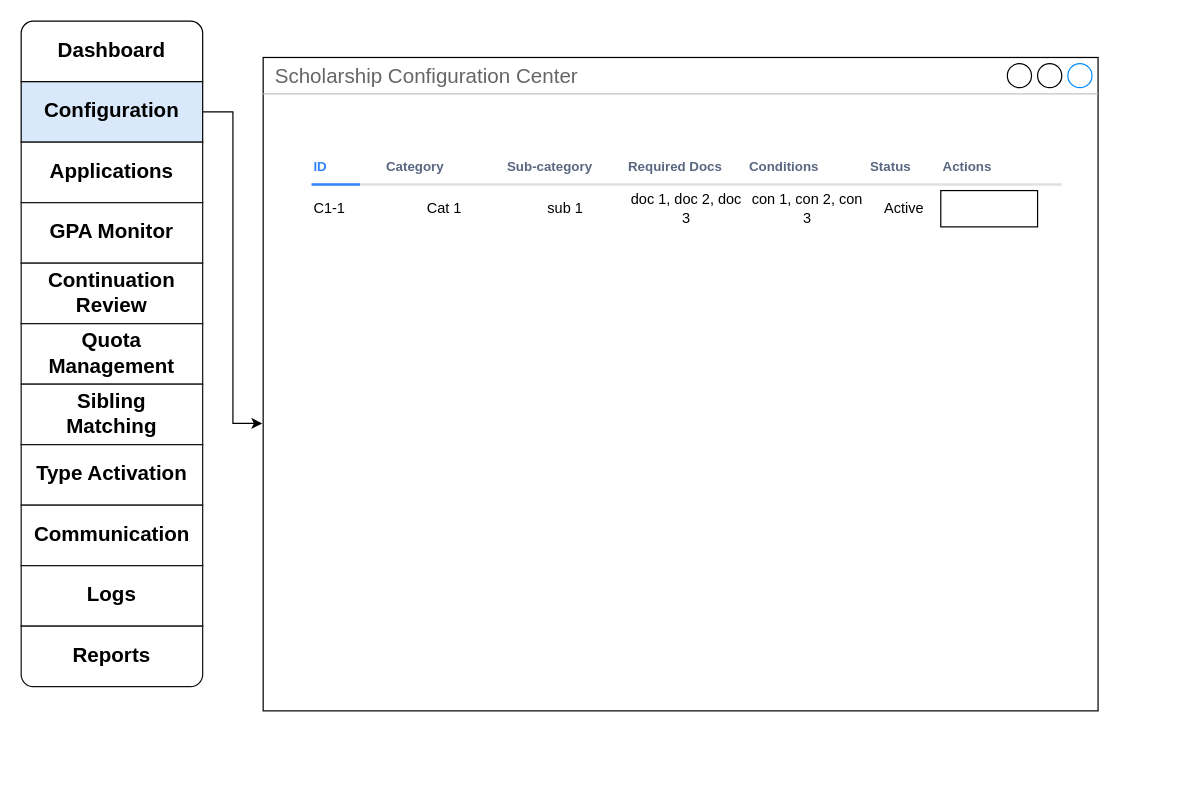
anomara1/scholarship keeps this draw.io diagram as Untitled Diagram.drawio. Above is the earlier version. Source tidied: cells renumbered, new cells numbered last; positions are measured from the earlier drawing's top-left corner, leaving out a move shared by most shapes. Both pictures are drawn from the tidied source at 121%, with x=0, y=0 at pixel (21, 21).
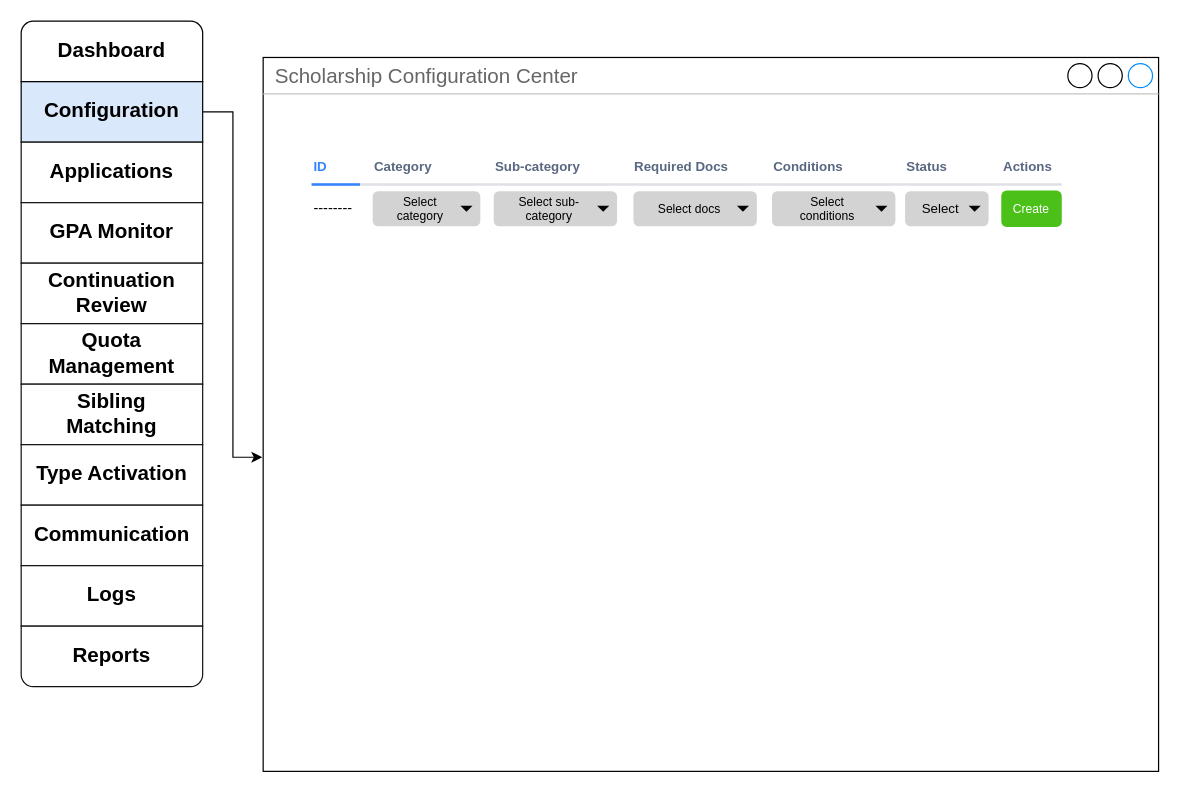
Above is the later version.

Diff of the diagram source:
```diff
@@
     <mxCell id="2" value="Scholarship Configuration Center" style="strokeWidth=1;shadow=0;dashed=0;align=center;html=1;shape=mxgraph.mockup.containers.window;align=left;verticalAlign=top;spacingLeft=8;strokeColor2=#008cff;strokeColor3=#c4c4c4;fontColor=#666666;mainText=;fontSize=17;labelBackgroundColor=none;whiteSpace=wrap;" parent="1" vertex="1">
-      <mxGeometry x="200" y="30" width="690" height="540" as="geometry" />
+      <mxGeometry x="200" y="30" width="740" height="590" as="geometry" />
     </mxCell>
@@
     <mxCell id="17" value="Category" style="html=1;fillColor=none;strokeColor=none;fontSize=11;align=left;fontColor=#596780;fontStyle=1;whiteSpace=wrap;" parent="1" vertex="1">
-      <mxGeometry x="300" y="110" width="60" height="20" as="geometry" />
+      <mxGeometry x="290" y="110" width="60" height="20" as="geometry" />
     </mxCell>
     <mxCell id="18" value="Sub-category" style="html=1;fillColor=none;strokeColor=none;fontSize=11;align=left;fontColor=#596780;fontStyle=1;whiteSpace=wrap;" parent="1" vertex="1">
-      <mxGeometry x="400" y="110" width="76" height="20" as="geometry" />
+      <mxGeometry x="390" y="110" width="76" height="20" as="geometry" />
     </mxCell>
     <mxCell id="19" value="Required Docs" style="html=1;fillColor=none;strokeColor=none;fontSize=11;align=left;fontColor=#596780;fontStyle=1;whiteSpace=wrap;" parent="1" vertex="1">
-      <mxGeometry x="500" y="110" width="90" height="20" as="geometry" />
+      <mxGeometry x="505" y="110" width="90" height="20" as="geometry" />
     </mxCell>
@@
     <mxCell id="22" value="Conditions" style="html=1;fillColor=none;strokeColor=none;fontSize=11;align=left;fontColor=#596780;fontStyle=1;whiteSpace=wrap;" parent="1" vertex="1">
-      <mxGeometry x="600" y="110" width="70" height="20" as="geometry" />
+      <mxGeometry x="620" y="110" width="70" height="20" as="geometry" />
     </mxCell>
     <mxCell id="23" value="Status" style="html=1;fillColor=none;strokeColor=none;fontSize=11;align=left;fontColor=#596780;fontStyle=1;whiteSpace=wrap;" parent="1" vertex="1">
-      <mxGeometry x="700" y="110" width="50" height="20" as="geometry" />
+      <mxGeometry x="730" y="110" width="50" height="20" as="geometry" />
     </mxCell>
     <mxCell id="24" value="Actions" style="html=1;fillColor=none;strokeColor=none;fontSize=11;align=left;fontColor=#596780;fontStyle=1;whiteSpace=wrap;" parent="1" vertex="1">
-      <mxGeometry x="760" y="110" width="50" height="20" as="geometry" />
+      <mxGeometry x="810" y="110" width="50" height="20" as="geometry" />
     </mxCell>
-    <mxCell id="25" value="C1-1" style="rounded=0;whiteSpace=wrap;html=1;strokeColor=none;align=left;" parent="1" vertex="1">
+    <mxCell id="25" value="--------" style="rounded=0;whiteSpace=wrap;html=1;strokeColor=none;align=left;" parent="1" vertex="1">
       <mxGeometry x="240" y="140" width="60" height="30" as="geometry" />
     </mxCell>
-    <mxCell id="26" value="Cat 1" style="rounded=0;whiteSpace=wrap;html=1;strokeColor=none;" parent="1" vertex="1">
-      <mxGeometry x="300" y="140" width="100" height="30" as="geometry" />
-    </mxCell>
-    <mxCell id="27" value="sub 1" style="rounded=0;whiteSpace=wrap;html=1;strokeColor=none;" parent="1" vertex="1">
-      <mxGeometry x="400" y="140" width="100" height="30" as="geometry" />
-    </mxCell>
-    <mxCell id="28" value="doc 1, doc 2, doc 3" style="rounded=0;whiteSpace=wrap;html=1;strokeColor=none;" parent="1" vertex="1">
-      <mxGeometry x="500" y="140" width="100" height="30" as="geometry" />
-    </mxCell>
-    <mxCell id="29" value="con 1, con 2, con 3" style="rounded=0;whiteSpace=wrap;html=1;strokeColor=none;" parent="1" vertex="1">
-      <mxGeometry x="600" y="140" width="100" height="30" as="geometry" />
-    </mxCell>
-    <mxCell id="30" value="Active" style="rounded=0;whiteSpace=wrap;html=1;strokeColor=none;" parent="1" vertex="1">
-      <mxGeometry x="700" y="140" width="60" height="30" as="geometry" />
-    </mxCell>
-    <mxCell id="31" style="rounded=0;whiteSpace=wrap;html=1;" parent="1" vertex="1">
-      <mxGeometry x="760" y="140" width="80" height="30" as="geometry" />
-    </mxCell>
+    <mxCell id="32" value="Select category" style="html=1;shadow=0;dashed=0;shape=mxgraph.bootstrap.rrect;rSize=5;strokeColor=light-dark(#ffffff, #9577a3);strokeWidth=1;fillColor=light-dark(#d3d3d3, #6a6a6a);whiteSpace=wrap;align=center;verticalAlign=middle;fontStyle=0;fontSize=10;spacingLeft=10;spacingRight=20;" parent="1" vertex="1">
+      <mxGeometry x="290" y="140" width="90" height="30" as="geometry" />
+    </mxCell>
+    <mxCell id="33" style="shape=triangle;direction=south;fillColor=light-dark(#020202, #121212);strokeColor=none;perimeter=none;" parent="32" vertex="1">
+      <mxGeometry x="1" y="0.5" width="10" height="5" relative="1" as="geometry">
+        <mxPoint x="-17" y="-2.5" as="offset" />
+      </mxGeometry>
+    </mxCell>
+    <mxCell id="34" value="Select sub-category" style="html=1;shadow=0;dashed=0;shape=mxgraph.bootstrap.rrect;rSize=5;strokeColor=light-dark(#ffffff, #9577a3);strokeWidth=1;fillColor=light-dark(#d3d3d3, #6a6a6a);whiteSpace=wrap;align=center;verticalAlign=middle;fontStyle=0;fontSize=10;spacingLeft=10;spacingRight=20;" parent="1" vertex="1">
+      <mxGeometry x="390" y="140" width="103" height="30" as="geometry" />
+    </mxCell>
+    <mxCell id="35" style="shape=triangle;direction=south;fillColor=light-dark(#020202, #121212);strokeColor=none;perimeter=none;" parent="34" vertex="1">
+      <mxGeometry x="1" y="0.5" width="10" height="5" relative="1" as="geometry">
+        <mxPoint x="-17" y="-2.5" as="offset" />
+      </mxGeometry>
+    </mxCell>
+    <mxCell id="36" value="&lt;div&gt;Select docs&lt;br&gt;&lt;/div&gt;" style="html=1;shadow=0;dashed=0;shape=mxgraph.bootstrap.rrect;rSize=5;strokeColor=light-dark(#ffffff, #9577a3);strokeWidth=1;fillColor=light-dark(#d3d3d3, #6a6a6a);whiteSpace=wrap;align=center;verticalAlign=middle;fontStyle=0;fontSize=10;spacingLeft=10;spacingRight=20;" parent="1" vertex="1">
+      <mxGeometry x="505.5" y="140" width="103" height="30" as="geometry" />
+    </mxCell>
+    <mxCell id="37" style="shape=triangle;direction=south;fillColor=light-dark(#020202, #121212);strokeColor=none;perimeter=none;" parent="36" vertex="1">
+      <mxGeometry x="1" y="0.5" width="10" height="5" relative="1" as="geometry">
+        <mxPoint x="-17" y="-2.5" as="offset" />
+      </mxGeometry>
+    </mxCell>
+    <mxCell id="38" value="Select conditions" style="html=1;shadow=0;dashed=0;shape=mxgraph.bootstrap.rrect;rSize=5;strokeColor=light-dark(#ffffff, #9577a3);strokeWidth=1;fillColor=light-dark(#d3d3d3, #6a6a6a);whiteSpace=wrap;align=center;verticalAlign=middle;fontStyle=0;fontSize=10;spacingLeft=10;spacingRight=20;" parent="1" vertex="1">
+      <mxGeometry x="620" y="140" width="103" height="30" as="geometry" />
+    </mxCell>
+    <mxCell id="39" style="shape=triangle;direction=south;fillColor=light-dark(#020202, #121212);strokeColor=none;perimeter=none;" parent="38" vertex="1">
+      <mxGeometry x="1" y="0.5" width="10" height="5" relative="1" as="geometry">
+        <mxPoint x="-17" y="-2.5" as="offset" />
+      </mxGeometry>
+    </mxCell>
+    <mxCell id="40" value="Select" style="html=1;shadow=0;dashed=0;shape=mxgraph.bootstrap.rrect;rSize=5;strokeColor=light-dark(#ffffff, #9577a3);strokeWidth=1;fillColor=light-dark(#d3d3d3, #6a6a6a);whiteSpace=wrap;align=center;verticalAlign=middle;fontStyle=0;fontSize=11;spacingLeft=10;spacingRight=20;" parent="1" vertex="1">
+      <mxGeometry x="730" y="140" width="70" height="30" as="geometry" />
+    </mxCell>
+    <mxCell id="41" style="shape=triangle;direction=south;fillColor=light-dark(#020202, #121212);strokeColor=none;perimeter=none;" parent="40" vertex="1">
+      <mxGeometry x="1" y="0.5" width="10" height="5" relative="1" as="geometry">
+        <mxPoint x="-17" y="-2.5" as="offset" />
+      </mxGeometry>
+    </mxCell>
+    <mxCell id="42" value="Create" style="rounded=1;fillColor=light-dark(#4ac018, #67b2ff);strokeColor=none;html=1;whiteSpace=wrap;fontColor=#ffffff;align=center;verticalAlign=middle;fontStyle=0;fontSize=10;sketch=0;labelBackgroundColor=none;labelBorderColor=none;" parent="1" vertex="1">
+      <mxGeometry x="810" y="140" width="50" height="30" as="geometry" />
+    </mxCell>
```
